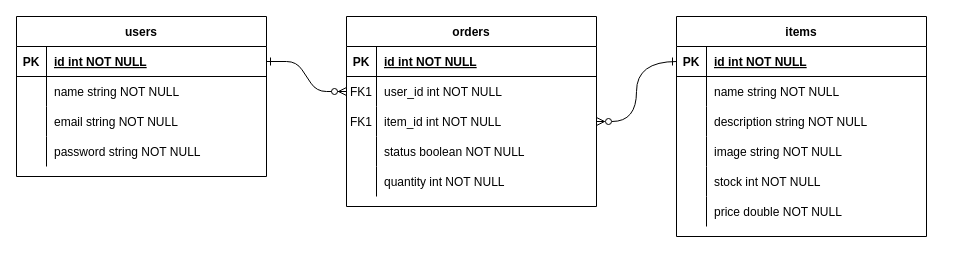
BingleShop-Team-1/BingleShop-Team1 keeps this draw.io diagram as erd.drawio. Above is the earlier version. Source tidied: cells renumbered, new cells numbered last; positions are measured from the earlier drawing's top-left corner, leaving out a move shared by most shapes. Both pictures are drawn from the tidied source at 100%, with x=0, y=0 at pixel (16, 16).
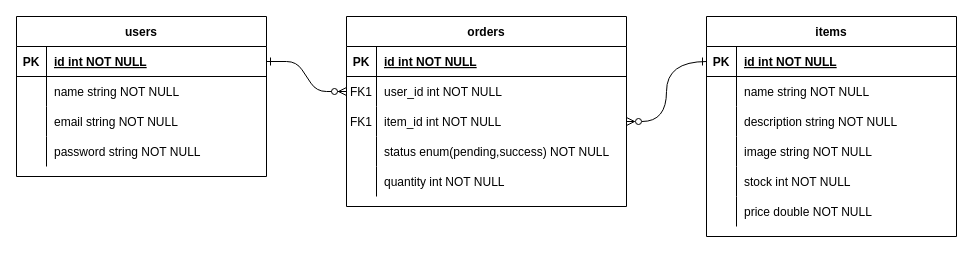
The same page after the edit.

Commit message (it also covers changes not shown here):
fix: create and change status orders, add updated erd

The edit, as a diff of the source:
```diff
@@
     <mxCell id="3" value="orders" style="shape=table;startSize=30;childLayout=tableLayout;rowLines=0;fontStyle=1;align=center;" parent="1" vertex="1">
-      <mxGeometry x="330" width="250" height="190" as="geometry" />
+      <mxGeometry x="330" width="280" height="190" as="geometry" />
     </mxCell>
     <mxCell id="4" style="shape=partialRectangle;fillColor=none;top=0;left=0;right=0;bottom=1;" parent="3" vertex="1">
-      <mxGeometry y="30" width="250" height="30" as="geometry" />
+      <mxGeometry y="30" width="280" height="30" as="geometry" />
     </mxCell>
@@
     <mxCell id="6" value="id int NOT NULL " style="shape=partialRectangle;overflow=hidden;fillColor=none;top=0;left=0;bottom=0;right=0;align=left;spacingLeft=6;fontStyle=5;" parent="4" vertex="1">
-      <mxGeometry x="30" width="220" height="30" as="geometry" />
+      <mxGeometry x="30" width="250" height="30" as="geometry" />
     </mxCell>
     <mxCell id="7" style="shape=partialRectangle;fillColor=none;points=[[0,0.5],[1,0.5]];portConstraint=eastwest;top=0;left=0;right=0;bottom=0;" parent="3" vertex="1">
-      <mxGeometry y="60" width="250" height="30" as="geometry" />
+      <mxGeometry y="60" width="280" height="30" as="geometry" />
     </mxCell>
@@
     <mxCell id="9" value="user_id int NOT NULL" style="shape=partialRectangle;overflow=hidden;fillColor=none;top=0;left=0;bottom=0;right=0;align=left;spacingLeft=6;" parent="7" vertex="1">
-      <mxGeometry x="30" width="220" height="30" as="geometry" />
+      <mxGeometry x="30" width="250" height="30" as="geometry" />
     </mxCell>
     <mxCell id="10" style="shape=partialRectangle;fillColor=none;points=[[0,0.5],[1,0.5]];portConstraint=eastwest;top=0;left=0;right=0;bottom=0;" parent="3" vertex="1">
-      <mxGeometry y="90" width="250" height="30" as="geometry" />
+      <mxGeometry y="90" width="280" height="30" as="geometry" />
     </mxCell>
@@
     <mxCell id="12" value="item_id int NOT NULL" style="shape=partialRectangle;overflow=hidden;fillColor=none;top=0;left=0;bottom=0;right=0;align=left;spacingLeft=6;" parent="10" vertex="1">
-      <mxGeometry x="30" width="220" height="30" as="geometry" />
+      <mxGeometry x="30" width="250" height="30" as="geometry" />
     </mxCell>
     <mxCell id="13" style="shape=partialRectangle;fillColor=none;top=0;left=0;right=0;bottom=0;" parent="3" vertex="1">
-      <mxGeometry y="120" width="250" height="30" as="geometry" />
+      <mxGeometry y="120" width="280" height="30" as="geometry" />
     </mxCell>
@@
-    <mxCell id="15" value="status boolean NOT NULL" style="shape=partialRectangle;overflow=hidden;fillColor=none;top=0;left=0;bottom=0;right=0;align=left;spacingLeft=6;" parent="13" vertex="1">
-      <mxGeometry x="30" width="220" height="30" as="geometry" />
+    <mxCell id="15" value="status enum(pending,success) NOT NULL" style="shape=partialRectangle;overflow=hidden;fillColor=none;top=0;left=0;bottom=0;right=0;align=left;spacingLeft=6;" parent="13" vertex="1">
+      <mxGeometry x="30" width="250" height="30" as="geometry" />
     </mxCell>
     <mxCell id="16" style="shape=partialRectangle;fillColor=none;top=0;left=0;right=0;bottom=0;" parent="3" vertex="1">
-      <mxGeometry y="150" width="250" height="30" as="geometry" />
+      <mxGeometry y="150" width="280" height="30" as="geometry" />
     </mxCell>
@@
     <mxCell id="18" value="quantity int NOT NULL" style="shape=partialRectangle;overflow=hidden;fillColor=none;top=0;left=0;bottom=0;right=0;align=left;spacingLeft=6;" parent="16" vertex="1">
-      <mxGeometry x="30" width="220" height="30" as="geometry" />
+      <mxGeometry x="30" width="250" height="30" as="geometry" />
     </mxCell>
     <mxCell id="19" value="items" style="shape=table;startSize=30;childLayout=tableLayout;rowLines=0;fontStyle=1;align=center;" parent="1" vertex="1">
-      <mxGeometry x="660" width="250" height="220" as="geometry" />
+      <mxGeometry x="690" width="250" height="220" as="geometry" />
     </mxCell>
```
